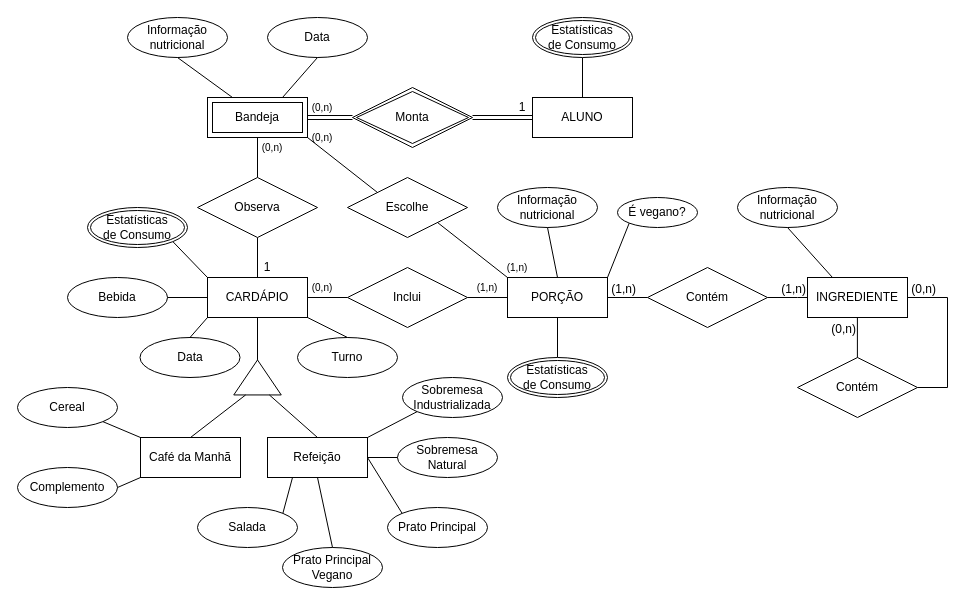
Above: lab02/extra/lab02_ER.drawio in uniaovasko/vasco (draw.io), before the change. Source tidied: cells renumbered, new cells numbered last; positions are measured from the earlier drawing's top-left corner, leaving out a move shared by most shapes. Both pictures are drawn from the tidied source at 100%, with x=0, y=0 at pixel (17, 17).
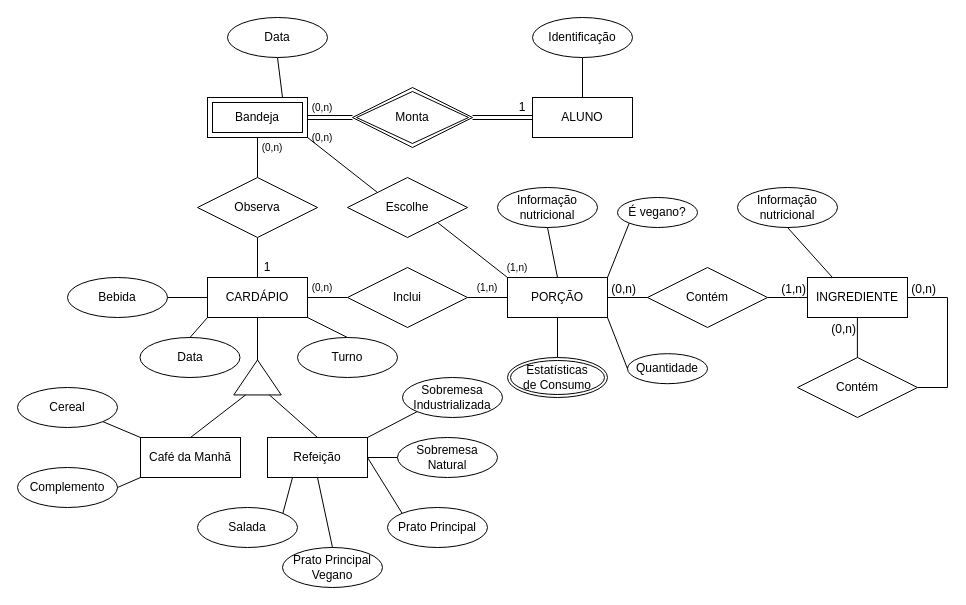
The same page after the edit.

The change refers to these unchanged cells:
```xml
<mxCell id="2" value="CARDÁPIO" style="whiteSpace=wrap;html=1;align=center;" parent="1" vertex="1">
  <mxGeometry x="190" y="260" width="100" height="40" as="geometry" />
</mxCell>
<mxCell id="3" value="ALUNO" style="whiteSpace=wrap;html=1;align=center;" parent="1" vertex="1">
  <mxGeometry x="515" y="80" width="100" height="40" as="geometry" />
</mxCell>
<mxCell id="9" style="endArrow=none;html=1;rounded=0;exitX=0;exitY=0.5;exitDx=0;exitDy=0;entryX=1;entryY=0.5;entryDx=0;entryDy=0;" parent="1" edge="1" source="6" target="4">
  <mxGeometry relative="1" as="geometry" />
</mxCell>
```

What changed in the source:
```diff
@@
-    <mxCell id="10" value="(1,n)" style="html=1;whiteSpace=wrap;align=right;verticalAlign=bottom;" parent="9" vertex="1">
+    <mxCell id="10" value="(0,n)" style="html=1;whiteSpace=wrap;align=right;verticalAlign=bottom;" parent="9" vertex="1">
       <mxGeometry x="1" relative="1" as="geometry">
         <mxPoint x="30" as="offset" />
       </mxGeometry>
     </mxCell>
@@
-    <mxCell id="25" style="endArrow=none;html=1;rounded=0;entryX=1;entryY=1;entryDx=0;entryDy=0;exitX=0;exitY=0;exitDx=0;exitDy=0;" parent="1" edge="1" source="2" target="53">
-      <mxGeometry relative="1" as="geometry" />
-    </mxCell>
@@
-    <mxCell id="32" style="endArrow=none;html=1;rounded=0;exitX=0.5;exitY=0;exitDx=0;exitDy=0;entryX=0.5;entryY=1;entryDx=0;entryDy=0;" parent="1" edge="1" source="3" target="55">
-      <mxGeometry relative="1" as="geometry" />
+    <mxCell id="32" style="endArrow=none;html=1;rounded=0;exitX=0.5;exitY=0;exitDx=0;exitDy=0;entryX=0.5;entryY=1;entryDx=0;entryDy=0;" parent="1" edge="1" source="3">
+      <mxGeometry relative="1" as="geometry">
+        <mxPoint x="565" y="40" as="targetPoint" />
+      </mxGeometry>
     </mxCell>
-    <mxCell id="33" value="Informação nutricional" style="ellipse;whiteSpace=wrap;html=1;align=center;" parent="1" vertex="1">
-      <mxGeometry x="110" width="100" height="40" as="geometry" />
-    </mxCell>
     <mxCell id="34" value="Data" style="ellipse;whiteSpace=wrap;html=1;align=center;" parent="1" vertex="1">
-      <mxGeometry x="250" width="100" height="40" as="geometry" />
+      <mxGeometry x="210" width="100" height="40" as="geometry" />
     </mxCell>
-    <mxCell id="35" style="endArrow=none;html=1;rounded=0;exitX=0.5;exitY=1;exitDx=0;exitDy=0;entryX=0.25;entryY=0;entryDx=0;entryDy=0;" parent="1" edge="1" source="33">
-      <mxGeometry relative="1" as="geometry">
-        <mxPoint x="215" y="80" as="targetPoint" />
-      </mxGeometry>
-    </mxCell>
@@
-    <mxCell id="53" value="&lt;div&gt;Estatísticas&lt;/div&gt;&lt;div&gt;de Consumo&lt;br&gt;&lt;/div&gt;" style="ellipse;shape=doubleEllipse;margin=3;whiteSpace=wrap;html=1;align=center;" parent="1" vertex="1">
-      <mxGeometry x="70" y="190" width="100" height="40" as="geometry" />
-    </mxCell>
@@
-    <mxCell id="55" value="&lt;div&gt;Estatísticas&lt;/div&gt;&lt;div&gt;de Consumo&lt;br&gt;&lt;/div&gt;" style="ellipse;shape=doubleEllipse;margin=3;whiteSpace=wrap;html=1;align=center;" parent="1" vertex="1">
-      <mxGeometry x="515" width="100" height="40" as="geometry" />
-    </mxCell>
@@
+    <mxCell id="79" value="Quantidade" style="ellipse;whiteSpace=wrap;html=1;align=center;" parent="1" vertex="1">
+      <mxGeometry x="610" y="336.2" width="80" height="30" as="geometry" />
+    </mxCell>
+    <mxCell id="80" style="endArrow=none;html=1;rounded=0;exitX=1.036;exitY=0.99;exitDx=0;exitDy=0;entryX=0;entryY=0.5;entryDx=0;entryDy=0;exitPerimeter=0;" parent="1" edge="1" target="79">
+      <mxGeometry relative="1" as="geometry">
+        <mxPoint x="590" y="300" as="sourcePoint" />
+      </mxGeometry>
+    </mxCell>
+    <mxCell id="81" value="Identificação" style="ellipse;whiteSpace=wrap;html=1;align=center;" parent="1" vertex="1">
+      <mxGeometry x="515" width="100" height="40" as="geometry" />
+    </mxCell>
```
